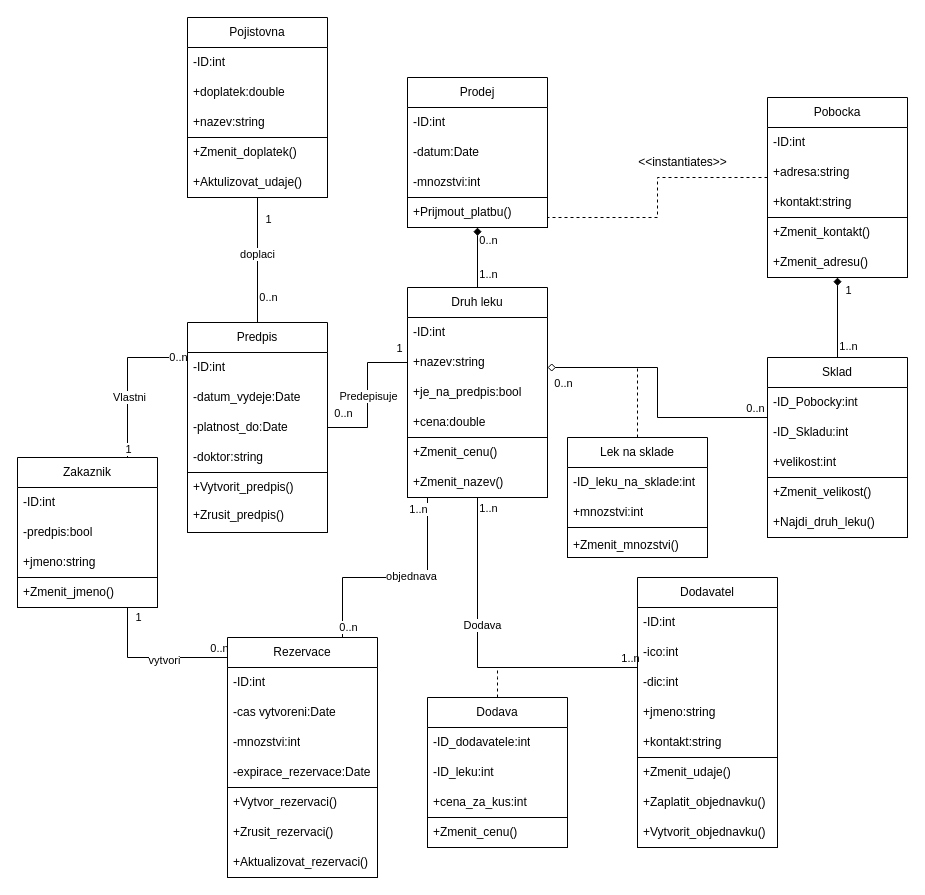
tada66/IUS-projekt keeps this draw.io diagram as IUS projekt diagram trid.drawio. Above is the earlier version. Source tidied: cells renumbered, new cells numbered last; positions are measured from the earlier drawing's top-left corner, leaving out a move shared by most shapes. Both pictures are drawn from the tidied source at 100%, with x=0, y=0 at pixel (17, 17).
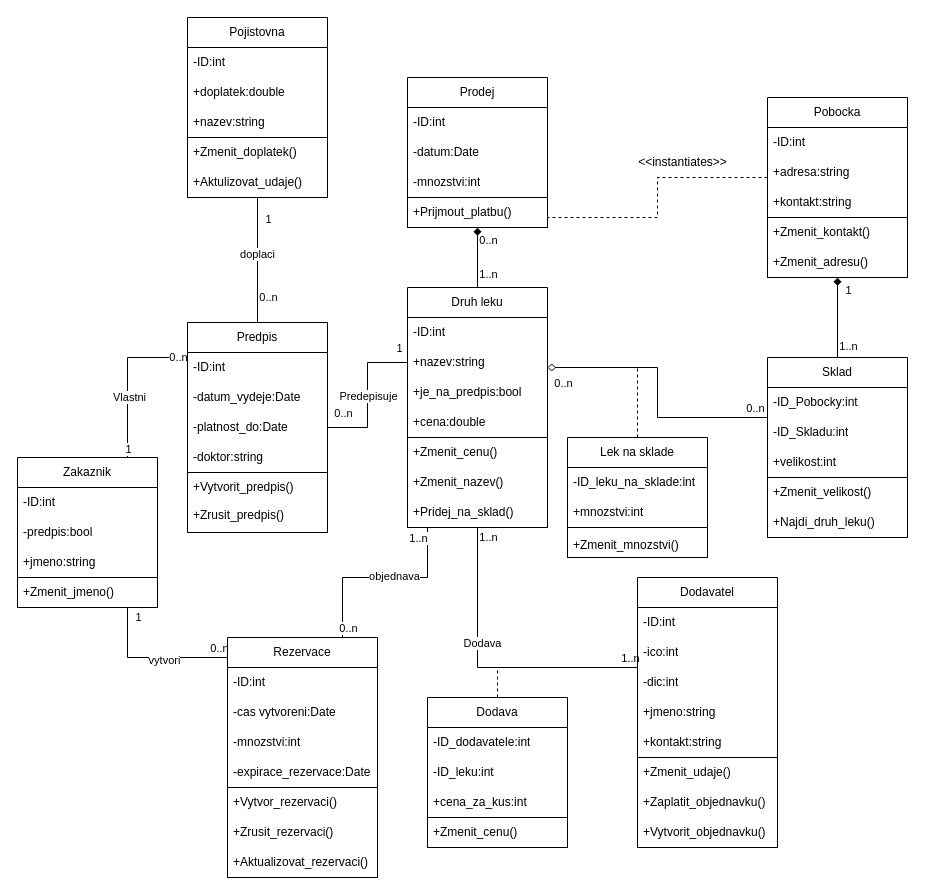
After the change.

Diff of the diagram source:
```diff
@@
     <mxCell id="5" value="Druh leku" style="swimlane;fontStyle=0;horizontal=1;startSize=30;whiteSpace=wrap;html=1;" parent="1" vertex="1">
-      <mxGeometry x="390" y="270" width="140" height="210" as="geometry" />
+      <mxGeometry x="390" y="270" width="140" height="240" as="geometry" />
     </mxCell>
@@
     <mxCell id="10" style="swimlane;startSize=0;" parent="5" vertex="1">
-      <mxGeometry y="150" width="140" height="60" as="geometry" />
+      <mxGeometry y="150" width="140" height="90" as="geometry" />
     </mxCell>
@@
+    <mxCell id="117" value="+Pridej_na_sklad()" style="text;strokeColor=none;fillColor=none;align=left;verticalAlign=middle;spacingLeft=4;spacingRight=4;overflow=hidden;whiteSpace=wrap;html=1;" parent="10" vertex="1">
+      <mxGeometry y="60" width="140" height="30" as="geometry" />
+    </mxCell>
```
